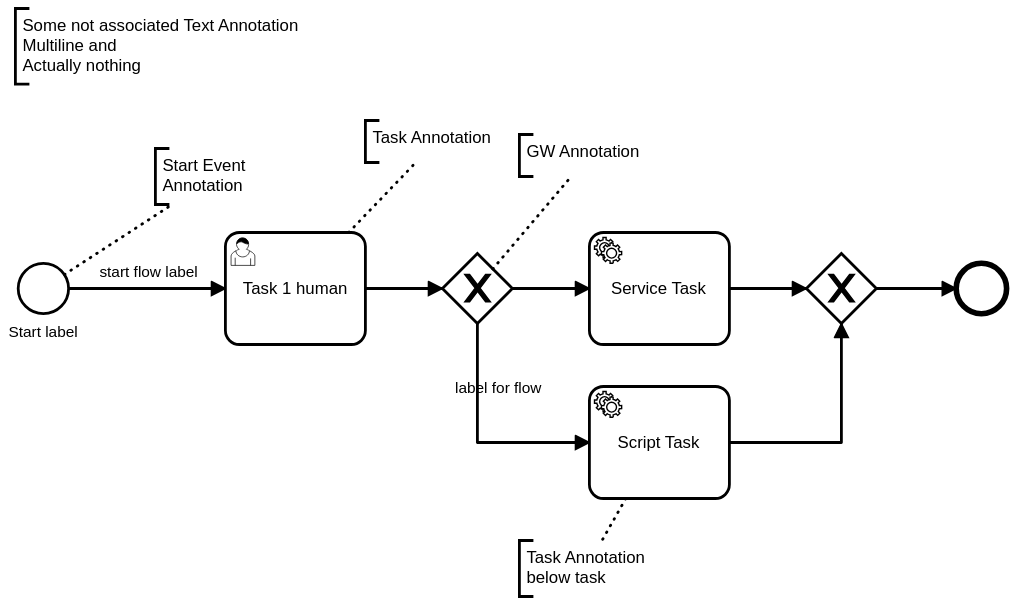
Earlier version of the BPMN export bpmn-files/text_annotations__bpmnio.svg (beidesons/beidesons). Its source is kept beside it as bpmn-files/text_annotations__bpmnio.bpmn. Ids are renumbered.
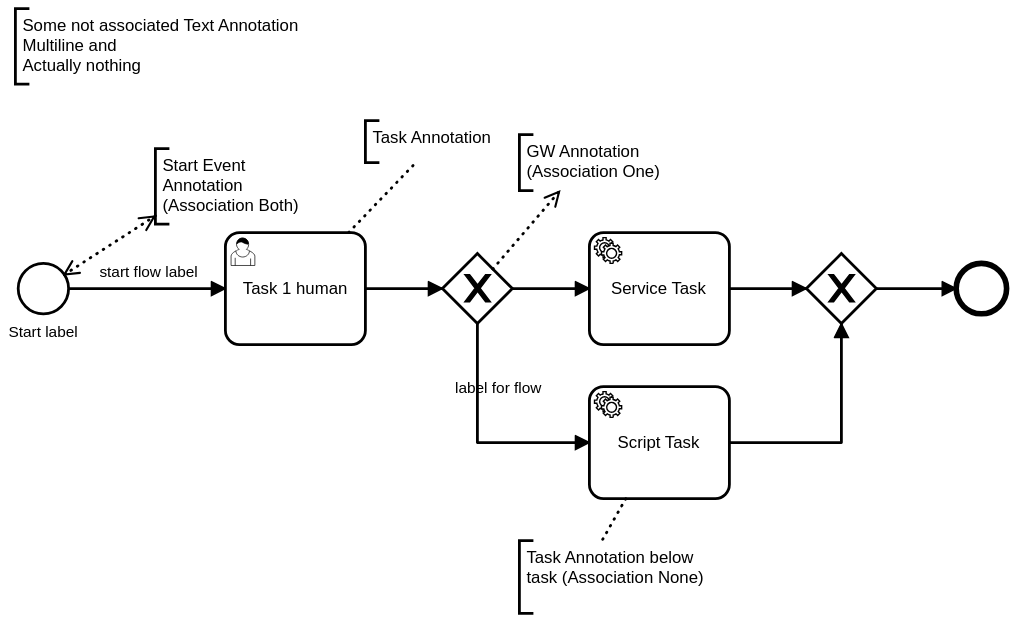
Later version of the same file.

Commit message:
updated text annotations (#12)

Change to the diagram source:
```diff
@@ -45,49 +45,32 @@
 Actually nothing</bpmn:text>
     </bpmn:textAnnotation>
     <bpmn:textAnnotation id="TextAnnotation_n20">
-      <bpmn:text>Start Event Annotation</bpmn:text>
+      <bpmn:text>Start Event Annotation (Association Both)</bpmn:text>
     </bpmn:textAnnotation>
-    <bpmn:association id="Association_n21" sourceRef="StartEvent_n3" targetRef="TextAnnotation_n20" />
+    <bpmn:association id="Association_n21" associationDirection="Both" sourceRef="StartEvent_n3" targetRef="TextAnnotation_n20" />
     <bpmn:textAnnotation id="TextAnnotation_n22">
-      <bpmn:text>GW Annotation</bpmn:text>
+      <bpmn:text>GW Annotation (Association One)</bpmn:text>
     </bpmn:textAnnotation>
-    <bpmn:association id="Association_n23" sourceRef="Gateway_n6" targetRef="TextAnnotation_n22" />
+    <bpmn:association id="Association_n23" associationDirection="One" sourceRef="Gateway_n6" targetRef="TextAnnotation_n22" />
     <bpmn:textAnnotation id="TextAnnotation_n24">
-      <bpmn:text>Task Annotation below task</bpmn:text>
+      <bpmn:text>Task Annotation below task (Association None)</bpmn:text>
     </bpmn:textAnnotation>
-    <bpmn:association id="Association_n25" sourceRef="Activity_n11" targetRef="TextAnnotation_n24" />
+    <bpmn:association id="Association_n25" associationDirection="None" sourceRef="Activity_n11" targetRef="TextAnnotation_n24" />
   </bpmn:process>
   <bpmndi:BPMNDiagram id="BPMNDiagram_1">
     <bpmndi:BPMNPlane id="BPMNPlane_1" bpmnElement="Process_n2">
-      <bpmndi:BPMNShape id="TextAnnotation_n17_di" bpmnElement="TextAnnotation_n17">
-        <dc:Bounds x="430" y="160" width="100" height="30" />
-      </bpmndi:BPMNShape>
-      <bpmndi:BPMNShape id="TextAnnotation_n20_di" bpmnElement="TextAnnotation_n20">
-        <dc:Bounds x="280" y="180" width="100" height="40" />
-      </bpmndi:BPMNShape>
-      <bpmndi:BPMNShape id="TextAnnotation_n22_di" bpmnElement="TextAnnotation_n22">
-        <dc:Bounds x="540" y="170" width="100" height="30" />
-      </bpmndi:BPMNShape>
-      <bpmndi:BPMNShape id="TextAnnotation_n24_di" bpmnElement="TextAnnotation_n24">
-        <dc:Bounds x="540" y="460" width="100" height="40" />
-      </bpmndi:BPMNShape>
-      <bpmndi:BPMNShape id="TextAnnotation_n19_di" bpmnElement="TextAnnotation_n19">
-        <dc:Bounds x="180" y="80" width="270" height="54" />
-      </bpmndi:BPMNShape>
-      <bpmndi:BPMNEdge id="Flow_n4_di" bpmnElement="Flow_n4">
-        <di:waypoint x="218" y="280" />
-        <di:waypoint x="330" y="280" />
-        <bpmndi:BPMNLabel>
-          <dc:Bounds x="240" y="262" width="71" height="14" />
-        </bpmndi:BPMNLabel>
+      <bpmndi:BPMNEdge id="Flow_n15_di" bpmnElement="Flow_n15">
+        <di:waypoint x="795" y="280" />
+        <di:waypoint x="852" y="280" />
       </bpmndi:BPMNEdge>
-      <bpmndi:BPMNEdge id="Flow_n7_di" bpmnElement="Flow_n7">
-        <di:waypoint x="430" y="280" />
-        <di:waypoint x="485" y="280" />
+      <bpmndi:BPMNEdge id="Flow_n14_di" bpmnElement="Flow_n14">
+        <di:waypoint x="690" y="280" />
+        <di:waypoint x="745" y="280" />
       </bpmndi:BPMNEdge>
-      <bpmndi:BPMNEdge id="Flow_n8_di" bpmnElement="Flow_n8">
-        <di:waypoint x="535" y="280" />
-        <di:waypoint x="590" y="280" />
+      <bpmndi:BPMNEdge id="Flow_n13_di" bpmnElement="Flow_n13">
+        <di:waypoint x="690" y="390" />
+        <di:waypoint x="770" y="390" />
+        <di:waypoint x="770" y="305" />
       </bpmndi:BPMNEdge>
       <bpmndi:BPMNEdge id="Flow_n9_di" bpmnElement="Flow_n9">
         <di:waypoint x="510" y="305" />
@@ -97,19 +80,27 @@
           <dc:Bounds x="494" y="345" width="63" height="14" />
         </bpmndi:BPMNLabel>
       </bpmndi:BPMNEdge>
-      <bpmndi:BPMNEdge id="Flow_n13_di" bpmnElement="Flow_n13">
-        <di:waypoint x="690" y="390" />
-        <di:waypoint x="770" y="390" />
-        <di:waypoint x="770" y="305" />
+      <bpmndi:BPMNEdge id="Flow_n8_di" bpmnElement="Flow_n8">
+        <di:waypoint x="535" y="280" />
+        <di:waypoint x="590" y="280" />
       </bpmndi:BPMNEdge>
-      <bpmndi:BPMNEdge id="Flow_n14_di" bpmnElement="Flow_n14">
-        <di:waypoint x="690" y="280" />
-        <di:waypoint x="745" y="280" />
+      <bpmndi:BPMNEdge id="Flow_n7_di" bpmnElement="Flow_n7">
+        <di:waypoint x="430" y="280" />
+        <di:waypoint x="485" y="280" />
       </bpmndi:BPMNEdge>
-      <bpmndi:BPMNEdge id="Flow_n15_di" bpmnElement="Flow_n15">
-        <di:waypoint x="795" y="280" />
-        <di:waypoint x="852" y="280" />
+      <bpmndi:BPMNEdge id="Flow_n4_di" bpmnElement="Flow_n4">
+        <di:waypoint x="218" y="280" />
+        <di:waypoint x="330" y="280" />
+        <bpmndi:BPMNLabel>
+          <dc:Bounds x="240" y="262" width="71" height="14" />
+        </bpmndi:BPMNLabel>
       </bpmndi:BPMNEdge>
+      <bpmndi:BPMNShape id="_BPMNShape_StartEvent_2" bpmnElement="StartEvent_n3">
+        <dc:Bounds x="182" y="262" width="36" height="36" />
+        <bpmndi:BPMNLabel>
+          <dc:Bounds x="175" y="305" width="51" height="14" />
+        </bpmndi:BPMNLabel>
+      </bpmndi:BPMNShape>
       <bpmndi:BPMNShape id="Gateway_n6_di" bpmnElement="Gateway_n6" isMarkerVisible="true">
         <dc:Bounds x="485" y="255" width="50" height="50" />
       </bpmndi:BPMNShape>
@@ -125,14 +116,23 @@
       <bpmndi:BPMNShape id="Activity_0w6jspq_di" bpmnElement="Activity_n10">
         <dc:Bounds x="590" y="240" width="100" height="80" />
       </bpmndi:BPMNShape>
-      <bpmndi:BPMNShape id="_BPMNShape_StartEvent_2" bpmnElement="StartEvent_n3">
-        <dc:Bounds x="182" y="262" width="36" height="36" />
-        <bpmndi:BPMNLabel>
-          <dc:Bounds x="175" y="305" width="51" height="14" />
-        </bpmndi:BPMNLabel>
-      </bpmndi:BPMNShape>
       <bpmndi:BPMNShape id="Activity_07ukzs4_di" bpmnElement="Activity_n11">
         <dc:Bounds x="590" y="350" width="100" height="80" />
+      </bpmndi:BPMNShape>
+      <bpmndi:BPMNShape id="TextAnnotation_n17_di" bpmnElement="TextAnnotation_n17">
+        <dc:Bounds x="430" y="160" width="100" height="30" />
+      </bpmndi:BPMNShape>
+      <bpmndi:BPMNShape id="TextAnnotation_n19_di" bpmnElement="TextAnnotation_n19">
+        <dc:Bounds x="180" y="80" width="270" height="54" />
+      </bpmndi:BPMNShape>
+      <bpmndi:BPMNShape id="TextAnnotation_n20_di" bpmnElement="TextAnnotation_n20">
+        <dc:Bounds x="280" y="180" width="123" height="54" />
+      </bpmndi:BPMNShape>
+      <bpmndi:BPMNShape id="TextAnnotation_n22_di" bpmnElement="TextAnnotation_n22">
+        <dc:Bounds x="540" y="170" width="127" height="40" />
+      </bpmndi:BPMNShape>
+      <bpmndi:BPMNShape id="TextAnnotation_n24_di" bpmnElement="TextAnnotation_n24">
+        <dc:Bounds x="540" y="460" width="145" height="52" />
       </bpmndi:BPMNShape>
       <bpmndi:BPMNEdge id="Association_n18_di" bpmnElement="Association_n18">
         <di:waypoint x="418" y="240" />
@@ -140,11 +140,11 @@
       </bpmndi:BPMNEdge>
       <bpmndi:BPMNEdge id="Association_n21_di" bpmnElement="Association_n21">
         <di:waypoint x="215" y="270" />
-        <di:waypoint x="292" y="220" />
+        <di:waypoint x="280" y="228" />
       </bpmndi:BPMNEdge>
       <bpmndi:BPMNEdge id="Association_n23_di" bpmnElement="Association_n23">
         <di:waypoint x="521" y="266" />
-        <di:waypoint x="577" y="200" />
+        <di:waypoint x="569" y="210" />
       </bpmndi:BPMNEdge>
       <bpmndi:BPMNEdge id="Association_n25_di" bpmnElement="Association_n25">
         <di:waypoint x="616" y="430" />
```
